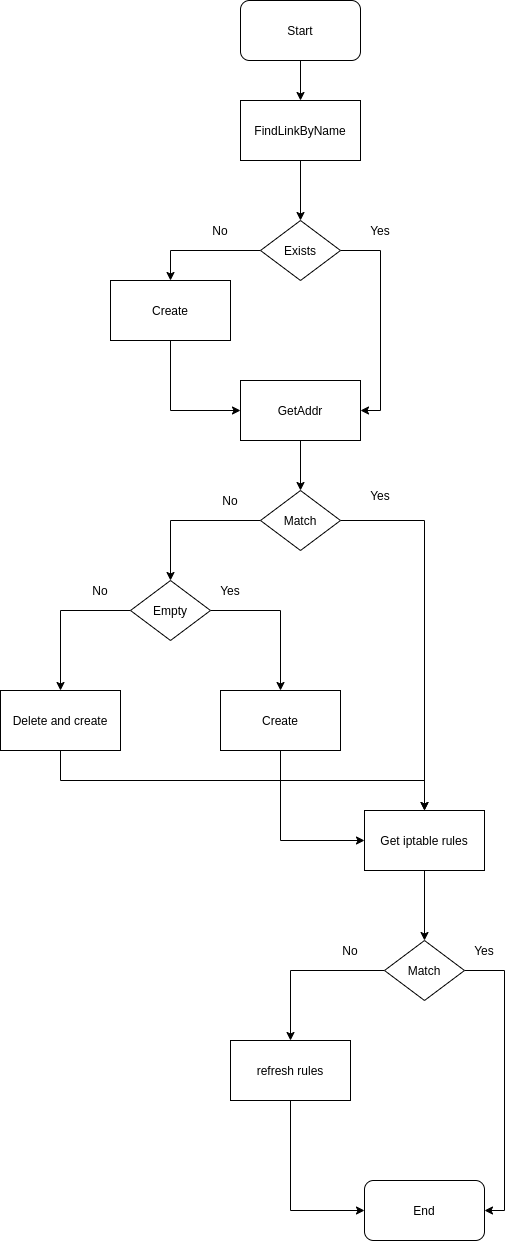
Earlier version of the draw.io export daemon/mediumkubed-design.png (6BD-org/mediumkube). Source tidied: cells renumbered, new cells last; positions are measured from the earlier drawing's top-left corner, leaving out a move shared by most shapes.
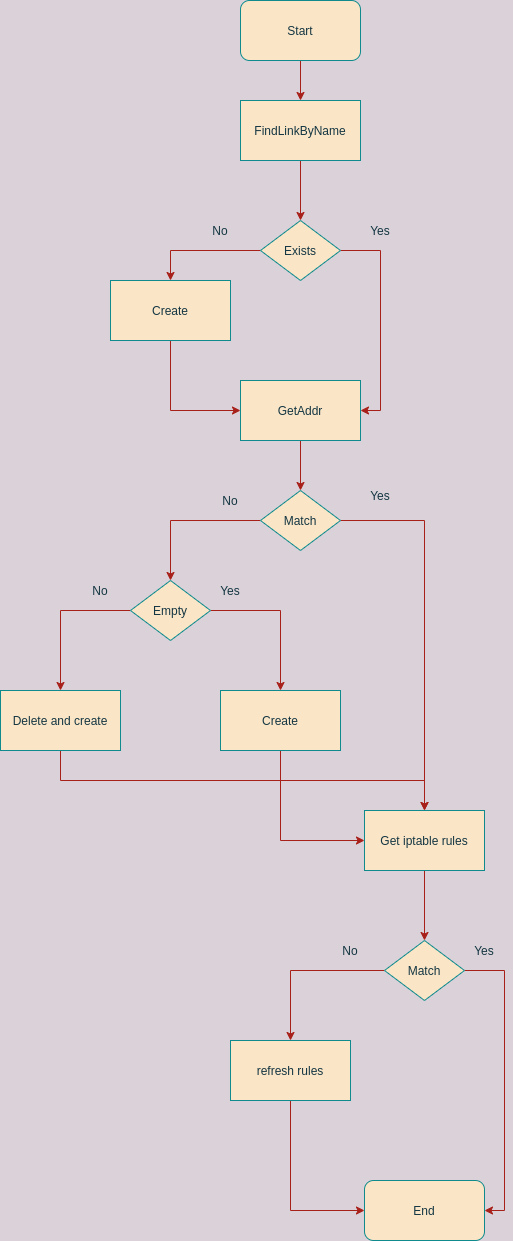
The same file after the commit.

Diff of the diagram source:
```diff
@@ -1,116 +1,116 @@
-<mxGraphModel>
+<mxGraphModel background="#DAD2D8">
   <root>
     <mxCell id="0" />
     <mxCell id="1" parent="0" />
-    <mxCell id="2" style="edgeStyle=orthogonalEdgeStyle;rounded=0;jettySize=auto;html=1;exitX=0.5;exitY=1;exitDx=0;exitDy=0;" parent="1" edge="1" source="3" target="5">
+    <mxCell id="2" style="edgeStyle=orthogonalEdgeStyle;rounded=0;jettySize=auto;html=1;exitX=0.5;exitY=1;exitDx=0;exitDy=0;labelBackgroundColor=#DAD2D8;strokeColor=#A8201A;fontColor=#143642;" parent="1" edge="1" source="3" target="5">
       <mxGeometry relative="1" as="geometry" />
     </mxCell>
-    <mxCell id="3" value="Start" style="rounded=1;whiteSpace=wrap;html=1;" parent="1" vertex="1">
+    <mxCell id="3" value="Start" style="rounded=1;whiteSpace=wrap;html=1;fillColor=#FAE5C7;strokeColor=#0F8B8D;fontColor=#143642;" parent="1" vertex="1">
       <mxGeometry x="240" width="120" height="60" as="geometry" />
     </mxCell>
-    <mxCell id="4" style="edgeStyle=orthogonalEdgeStyle;rounded=0;jettySize=auto;html=1;exitX=0.5;exitY=1;exitDx=0;exitDy=0;" parent="1" edge="1" source="5" target="8">
+    <mxCell id="4" style="edgeStyle=orthogonalEdgeStyle;rounded=0;jettySize=auto;html=1;exitX=0.5;exitY=1;exitDx=0;exitDy=0;labelBackgroundColor=#DAD2D8;strokeColor=#A8201A;fontColor=#143642;" parent="1" edge="1" source="5" target="8">
       <mxGeometry relative="1" as="geometry" />
     </mxCell>
-    <mxCell id="5" value="FindLinkByName" style="rounded=0;whiteSpace=wrap;html=1;" parent="1" vertex="1">
+    <mxCell id="5" value="FindLinkByName" style="rounded=0;whiteSpace=wrap;html=1;fillColor=#FAE5C7;strokeColor=#0F8B8D;fontColor=#143642;" parent="1" vertex="1">
       <mxGeometry x="240" y="100" width="120" height="60" as="geometry" />
     </mxCell>
-    <mxCell id="6" style="edgeStyle=orthogonalEdgeStyle;rounded=0;jettySize=auto;html=1;exitX=0;exitY=0.5;exitDx=0;exitDy=0;entryX=0.5;entryY=0;entryDx=0;entryDy=0;" parent="1" edge="1" source="8" target="10">
+    <mxCell id="6" style="edgeStyle=orthogonalEdgeStyle;rounded=0;jettySize=auto;html=1;exitX=0;exitY=0.5;exitDx=0;exitDy=0;entryX=0.5;entryY=0;entryDx=0;entryDy=0;labelBackgroundColor=#DAD2D8;strokeColor=#A8201A;fontColor=#143642;" parent="1" edge="1" source="8" target="10">
       <mxGeometry relative="1" as="geometry" />
     </mxCell>
-    <mxCell id="7" style="edgeStyle=orthogonalEdgeStyle;rounded=0;jettySize=auto;html=1;exitX=1;exitY=0.5;exitDx=0;exitDy=0;entryX=1;entryY=0.5;entryDx=0;entryDy=0;" parent="1" edge="1" source="8" target="14">
+    <mxCell id="7" style="edgeStyle=orthogonalEdgeStyle;rounded=0;jettySize=auto;html=1;exitX=1;exitY=0.5;exitDx=0;exitDy=0;entryX=1;entryY=0.5;entryDx=0;entryDy=0;labelBackgroundColor=#DAD2D8;strokeColor=#A8201A;fontColor=#143642;" parent="1" edge="1" source="8" target="14">
       <mxGeometry relative="1" as="geometry" />
     </mxCell>
-    <mxCell id="8" value="Exists" style="rhombus;whiteSpace=wrap;html=1;" parent="1" vertex="1">
+    <mxCell id="8" value="Exists" style="rhombus;whiteSpace=wrap;html=1;fillColor=#FAE5C7;strokeColor=#0F8B8D;fontColor=#143642;" parent="1" vertex="1">
       <mxGeometry x="260" y="220" width="80" height="60" as="geometry" />
     </mxCell>
-    <mxCell id="9" style="edgeStyle=orthogonalEdgeStyle;rounded=0;jettySize=auto;html=1;exitX=0.5;exitY=1;exitDx=0;exitDy=0;entryX=0;entryY=0.5;entryDx=0;entryDy=0;" parent="1" edge="1" source="10" target="14">
+    <mxCell id="9" style="edgeStyle=orthogonalEdgeStyle;rounded=0;jettySize=auto;html=1;exitX=0.5;exitY=1;exitDx=0;exitDy=0;entryX=0;entryY=0.5;entryDx=0;entryDy=0;labelBackgroundColor=#DAD2D8;strokeColor=#A8201A;fontColor=#143642;" parent="1" edge="1" source="10" target="14">
       <mxGeometry relative="1" as="geometry" />
     </mxCell>
-    <mxCell id="10" value="Create" style="rounded=0;whiteSpace=wrap;html=1;" parent="1" vertex="1">
+    <mxCell id="10" value="Create" style="rounded=0;whiteSpace=wrap;html=1;fillColor=#FAE5C7;strokeColor=#0F8B8D;fontColor=#143642;" parent="1" vertex="1">
       <mxGeometry x="110" y="280" width="120" height="60" as="geometry" />
     </mxCell>
-    <mxCell id="11" value="No" style="text;html=1;strokeColor=none;fillColor=none;align=center;verticalAlign=middle;whiteSpace=wrap;rounded=0;" parent="1" vertex="1">
+    <mxCell id="11" value="No" style="text;html=1;strokeColor=none;fillColor=none;align=center;verticalAlign=middle;whiteSpace=wrap;rounded=0;fontColor=#143642;" parent="1" vertex="1">
       <mxGeometry x="200" y="220" width="40" height="20" as="geometry" />
     </mxCell>
-    <mxCell id="12" value="Yes" style="text;html=1;strokeColor=none;fillColor=none;align=center;verticalAlign=middle;whiteSpace=wrap;rounded=0;" parent="1" vertex="1">
+    <mxCell id="12" value="Yes" style="text;html=1;strokeColor=none;fillColor=none;align=center;verticalAlign=middle;whiteSpace=wrap;rounded=0;fontColor=#143642;" parent="1" vertex="1">
       <mxGeometry x="360" y="220" width="40" height="20" as="geometry" />
     </mxCell>
-    <mxCell id="13" style="edgeStyle=orthogonalEdgeStyle;rounded=0;jettySize=auto;html=1;exitX=0.5;exitY=1;exitDx=0;exitDy=0;" parent="1" edge="1" source="14" target="17">
+    <mxCell id="13" style="edgeStyle=orthogonalEdgeStyle;rounded=0;jettySize=auto;html=1;exitX=0.5;exitY=1;exitDx=0;exitDy=0;labelBackgroundColor=#DAD2D8;strokeColor=#A8201A;fontColor=#143642;" parent="1" edge="1" source="14" target="17">
       <mxGeometry relative="1" as="geometry" />
     </mxCell>
-    <mxCell id="14" value="GetAddr" style="rounded=0;whiteSpace=wrap;html=1;" parent="1" vertex="1">
+    <mxCell id="14" value="GetAddr" style="rounded=0;whiteSpace=wrap;html=1;fillColor=#FAE5C7;strokeColor=#0F8B8D;fontColor=#143642;" parent="1" vertex="1">
       <mxGeometry x="240" y="380" width="120" height="60" as="geometry" />
     </mxCell>
-    <mxCell id="15" style="edgeStyle=orthogonalEdgeStyle;rounded=0;jettySize=auto;html=1;exitX=0;exitY=0.5;exitDx=0;exitDy=0;" parent="1" edge="1" source="17" target="20">
+    <mxCell id="15" style="edgeStyle=orthogonalEdgeStyle;rounded=0;jettySize=auto;html=1;exitX=0;exitY=0.5;exitDx=0;exitDy=0;labelBackgroundColor=#DAD2D8;strokeColor=#A8201A;fontColor=#143642;" parent="1" edge="1" source="17" target="20">
       <mxGeometry relative="1" as="geometry" />
     </mxCell>
-    <mxCell id="16" style="edgeStyle=orthogonalEdgeStyle;rounded=0;jettySize=auto;html=1;exitX=1;exitY=0.5;exitDx=0;exitDy=0;entryX=0.5;entryY=0;entryDx=0;entryDy=0;" parent="1" edge="1" source="17" target="27">
+    <mxCell id="16" style="edgeStyle=orthogonalEdgeStyle;rounded=0;jettySize=auto;html=1;exitX=1;exitY=0.5;exitDx=0;exitDy=0;entryX=0.5;entryY=0;entryDx=0;entryDy=0;labelBackgroundColor=#DAD2D8;strokeColor=#A8201A;fontColor=#143642;" parent="1" edge="1" source="17" target="27">
       <mxGeometry relative="1" as="geometry" />
     </mxCell>
-    <mxCell id="17" value="Match" style="rhombus;whiteSpace=wrap;html=1;" parent="1" vertex="1">
+    <mxCell id="17" value="Match" style="rhombus;whiteSpace=wrap;html=1;fillColor=#FAE5C7;strokeColor=#0F8B8D;fontColor=#143642;" parent="1" vertex="1">
       <mxGeometry x="260" y="490" width="80" height="60" as="geometry" />
     </mxCell>
-    <mxCell id="18" style="edgeStyle=orthogonalEdgeStyle;rounded=0;jettySize=auto;html=1;exitX=1;exitY=0.5;exitDx=0;exitDy=0;entryX=0.5;entryY=0;entryDx=0;entryDy=0;" parent="1" edge="1" source="20" target="22">
+    <mxCell id="18" style="edgeStyle=orthogonalEdgeStyle;rounded=0;jettySize=auto;html=1;exitX=1;exitY=0.5;exitDx=0;exitDy=0;entryX=0.5;entryY=0;entryDx=0;entryDy=0;labelBackgroundColor=#DAD2D8;strokeColor=#A8201A;fontColor=#143642;" parent="1" edge="1" source="20" target="22">
       <mxGeometry relative="1" as="geometry" />
     </mxCell>
-    <mxCell id="19" style="edgeStyle=orthogonalEdgeStyle;rounded=0;jettySize=auto;html=1;exitX=0;exitY=0.5;exitDx=0;exitDy=0;" parent="1" edge="1" source="20" target="25">
+    <mxCell id="19" style="edgeStyle=orthogonalEdgeStyle;rounded=0;jettySize=auto;html=1;exitX=0;exitY=0.5;exitDx=0;exitDy=0;labelBackgroundColor=#DAD2D8;strokeColor=#A8201A;fontColor=#143642;" parent="1" edge="1" source="20" target="25">
       <mxGeometry relative="1" as="geometry" />
     </mxCell>
-    <mxCell id="20" value="Empty" style="rhombus;whiteSpace=wrap;html=1;" parent="1" vertex="1">
+    <mxCell id="20" value="Empty" style="rhombus;whiteSpace=wrap;html=1;fillColor=#FAE5C7;strokeColor=#0F8B8D;fontColor=#143642;" parent="1" vertex="1">
       <mxGeometry x="130" y="580" width="80" height="60" as="geometry" />
     </mxCell>
-    <mxCell id="21" style="edgeStyle=orthogonalEdgeStyle;rounded=0;jettySize=auto;html=1;exitX=0.5;exitY=1;exitDx=0;exitDy=0;entryX=0;entryY=0.5;entryDx=0;entryDy=0;" parent="1" edge="1" source="22" target="27">
+    <mxCell id="21" style="edgeStyle=orthogonalEdgeStyle;rounded=0;jettySize=auto;html=1;exitX=0.5;exitY=1;exitDx=0;exitDy=0;entryX=0;entryY=0.5;entryDx=0;entryDy=0;labelBackgroundColor=#DAD2D8;strokeColor=#A8201A;fontColor=#143642;" parent="1" edge="1" source="22" target="27">
       <mxGeometry relative="1" as="geometry" />
     </mxCell>
-    <mxCell id="22" value="Create" style="rounded=0;whiteSpace=wrap;html=1;" parent="1" vertex="1">
+    <mxCell id="22" value="Create" style="rounded=0;whiteSpace=wrap;html=1;fillColor=#FAE5C7;strokeColor=#0F8B8D;fontColor=#143642;" parent="1" vertex="1">
       <mxGeometry x="220" y="690" width="120" height="60" as="geometry" />
     </mxCell>
-    <mxCell id="23" value="Yes" style="text;html=1;strokeColor=none;fillColor=none;align=center;verticalAlign=middle;whiteSpace=wrap;rounded=0;" parent="1" vertex="1">
+    <mxCell id="23" value="Yes" style="text;html=1;strokeColor=none;fillColor=none;align=center;verticalAlign=middle;whiteSpace=wrap;rounded=0;fontColor=#143642;" parent="1" vertex="1">
       <mxGeometry x="210" y="580" width="40" height="20" as="geometry" />
     </mxCell>
-    <mxCell id="24" style="edgeStyle=orthogonalEdgeStyle;rounded=0;jettySize=auto;html=1;exitX=0.5;exitY=1;exitDx=0;exitDy=0;entryX=0.5;entryY=0;entryDx=0;entryDy=0;" parent="1" edge="1" source="25" target="27">
+    <mxCell id="24" style="edgeStyle=orthogonalEdgeStyle;rounded=0;jettySize=auto;html=1;exitX=0.5;exitY=1;exitDx=0;exitDy=0;entryX=0.5;entryY=0;entryDx=0;entryDy=0;labelBackgroundColor=#DAD2D8;strokeColor=#A8201A;fontColor=#143642;" parent="1" edge="1" source="25" target="27">
       <mxGeometry relative="1" as="geometry" />
     </mxCell>
-    <mxCell id="25" value="Delete and create" style="rounded=0;whiteSpace=wrap;html=1;" parent="1" vertex="1">
+    <mxCell id="25" value="Delete and create" style="rounded=0;whiteSpace=wrap;html=1;fillColor=#FAE5C7;strokeColor=#0F8B8D;fontColor=#143642;" parent="1" vertex="1">
       <mxGeometry y="690" width="120" height="60" as="geometry" />
     </mxCell>
-    <mxCell id="26" style="edgeStyle=orthogonalEdgeStyle;rounded=0;jettySize=auto;html=1;exitX=0.5;exitY=1;exitDx=0;exitDy=0;entryX=0.5;entryY=0;entryDx=0;entryDy=0;" parent="1" edge="1" source="27" target="33">
+    <mxCell id="26" style="edgeStyle=orthogonalEdgeStyle;rounded=0;jettySize=auto;html=1;exitX=0.5;exitY=1;exitDx=0;exitDy=0;entryX=0.5;entryY=0;entryDx=0;entryDy=0;labelBackgroundColor=#DAD2D8;strokeColor=#A8201A;fontColor=#143642;" parent="1" edge="1" source="27" target="33">
       <mxGeometry relative="1" as="geometry" />
     </mxCell>
-    <mxCell id="27" value="Get iptable rules" style="rounded=0;whiteSpace=wrap;html=1;" parent="1" vertex="1">
+    <mxCell id="27" value="Get iptable rules" style="rounded=0;whiteSpace=wrap;html=1;fillColor=#FAE5C7;strokeColor=#0F8B8D;fontColor=#143642;" parent="1" vertex="1">
       <mxGeometry x="364" y="810" width="120" height="60" as="geometry" />
     </mxCell>
-    <mxCell id="28" value="No" style="text;html=1;strokeColor=none;fillColor=none;align=center;verticalAlign=middle;whiteSpace=wrap;rounded=0;" parent="1" vertex="1">
+    <mxCell id="28" value="No" style="text;html=1;strokeColor=none;fillColor=none;align=center;verticalAlign=middle;whiteSpace=wrap;rounded=0;fontColor=#143642;" parent="1" vertex="1">
       <mxGeometry x="210" y="490" width="40" height="20" as="geometry" />
     </mxCell>
-    <mxCell id="29" value="Yes" style="text;html=1;strokeColor=none;fillColor=none;align=center;verticalAlign=middle;whiteSpace=wrap;rounded=0;" parent="1" vertex="1">
+    <mxCell id="29" value="Yes" style="text;html=1;strokeColor=none;fillColor=none;align=center;verticalAlign=middle;whiteSpace=wrap;rounded=0;fontColor=#143642;" parent="1" vertex="1">
       <mxGeometry x="360" y="485" width="40" height="20" as="geometry" />
     </mxCell>
-    <mxCell id="30" value="No" style="text;html=1;strokeColor=none;fillColor=none;align=center;verticalAlign=middle;whiteSpace=wrap;rounded=0;" parent="1" vertex="1">
+    <mxCell id="30" value="No" style="text;html=1;strokeColor=none;fillColor=none;align=center;verticalAlign=middle;whiteSpace=wrap;rounded=0;fontColor=#143642;" parent="1" vertex="1">
       <mxGeometry x="80" y="580" width="40" height="20" as="geometry" />
     </mxCell>
-    <mxCell id="31" style="edgeStyle=orthogonalEdgeStyle;rounded=0;jettySize=auto;html=1;exitX=0;exitY=0.5;exitDx=0;exitDy=0;" parent="1" edge="1" source="33" target="35">
+    <mxCell id="31" style="edgeStyle=orthogonalEdgeStyle;rounded=0;jettySize=auto;html=1;exitX=0;exitY=0.5;exitDx=0;exitDy=0;labelBackgroundColor=#DAD2D8;strokeColor=#A8201A;fontColor=#143642;" parent="1" edge="1" source="33" target="35">
       <mxGeometry relative="1" as="geometry" />
     </mxCell>
-    <mxCell id="32" style="edgeStyle=orthogonalEdgeStyle;rounded=0;jettySize=auto;html=1;exitX=1;exitY=0.5;exitDx=0;exitDy=0;entryX=1;entryY=0.5;entryDx=0;entryDy=0;" parent="1" edge="1" source="33" target="36">
+    <mxCell id="32" style="edgeStyle=orthogonalEdgeStyle;rounded=0;jettySize=auto;html=1;exitX=1;exitY=0.5;exitDx=0;exitDy=0;entryX=1;entryY=0.5;entryDx=0;entryDy=0;labelBackgroundColor=#DAD2D8;strokeColor=#A8201A;fontColor=#143642;" parent="1" edge="1" source="33" target="36">
       <mxGeometry relative="1" as="geometry" />
     </mxCell>
-    <mxCell id="33" value="Match" style="rhombus;whiteSpace=wrap;html=1;" parent="1" vertex="1">
+    <mxCell id="33" value="Match" style="rhombus;whiteSpace=wrap;html=1;fillColor=#FAE5C7;strokeColor=#0F8B8D;fontColor=#143642;" parent="1" vertex="1">
       <mxGeometry x="384" y="940" width="80" height="60" as="geometry" />
     </mxCell>
-    <mxCell id="34" style="edgeStyle=orthogonalEdgeStyle;rounded=0;jettySize=auto;html=1;exitX=0.5;exitY=1;exitDx=0;exitDy=0;entryX=0;entryY=0.5;entryDx=0;entryDy=0;" parent="1" edge="1" source="35" target="36">
+    <mxCell id="34" style="edgeStyle=orthogonalEdgeStyle;rounded=0;jettySize=auto;html=1;exitX=0.5;exitY=1;exitDx=0;exitDy=0;entryX=0;entryY=0.5;entryDx=0;entryDy=0;labelBackgroundColor=#DAD2D8;strokeColor=#A8201A;fontColor=#143642;" parent="1" edge="1" source="35" target="36">
       <mxGeometry relative="1" as="geometry" />
     </mxCell>
-    <mxCell id="35" value="refresh rules" style="rounded=0;whiteSpace=wrap;html=1;" parent="1" vertex="1">
+    <mxCell id="35" value="refresh rules" style="rounded=0;whiteSpace=wrap;html=1;fillColor=#FAE5C7;strokeColor=#0F8B8D;fontColor=#143642;" parent="1" vertex="1">
       <mxGeometry x="230" y="1040" width="120" height="60" as="geometry" />
     </mxCell>
-    <mxCell id="36" value="End" style="rounded=1;whiteSpace=wrap;html=1;" parent="1" vertex="1">
+    <mxCell id="36" value="End" style="rounded=1;whiteSpace=wrap;html=1;fillColor=#FAE5C7;strokeColor=#0F8B8D;fontColor=#143642;" parent="1" vertex="1">
       <mxGeometry x="364" y="1180" width="120" height="60" as="geometry" />
     </mxCell>
-    <mxCell id="37" value="No" style="text;html=1;strokeColor=none;fillColor=none;align=center;verticalAlign=middle;whiteSpace=wrap;rounded=0;" parent="1" vertex="1">
+    <mxCell id="37" value="No" style="text;html=1;strokeColor=none;fillColor=none;align=center;verticalAlign=middle;whiteSpace=wrap;rounded=0;fontColor=#143642;" parent="1" vertex="1">
       <mxGeometry x="330" y="940" width="40" height="20" as="geometry" />
     </mxCell>
-    <mxCell id="38" value="Yes" style="text;html=1;strokeColor=none;fillColor=none;align=center;verticalAlign=middle;whiteSpace=wrap;rounded=0;" parent="1" vertex="1">
+    <mxCell id="38" value="Yes" style="text;html=1;strokeColor=none;fillColor=none;align=center;verticalAlign=middle;whiteSpace=wrap;rounded=0;fontColor=#143642;" parent="1" vertex="1">
       <mxGeometry x="464" y="940" width="40" height="20" as="geometry" />
     </mxCell>
   </root>
```
